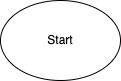
The draw.io diagram 6_largerProblems_rb101/ttt_flow.drawio.png in gjcochran/programmingFoundations_rb101-9, before a commit. Source tidied: cells renumbered, new cells last; positions are measured from the earlier drawing's top-left corner, leaving out a move shared by most shapes.
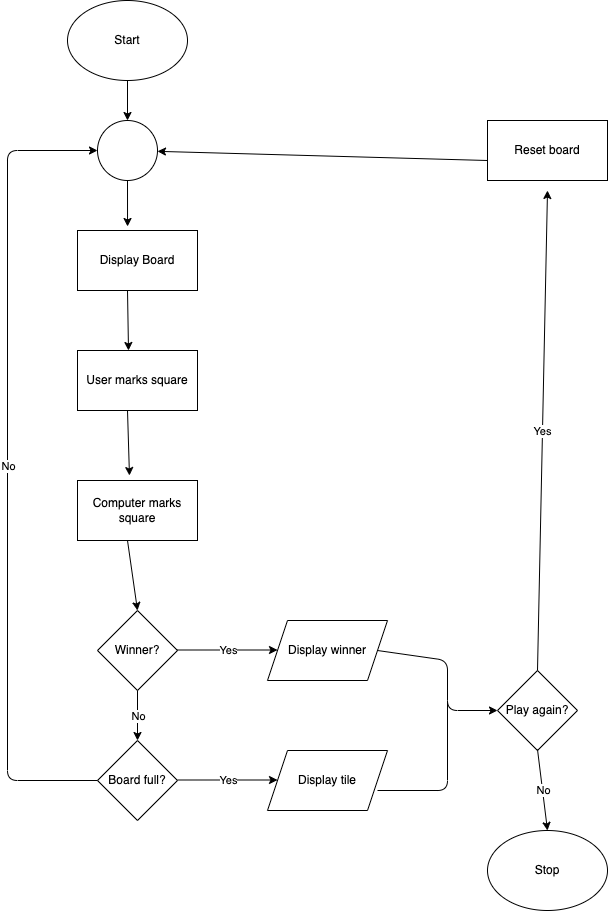
Above is the later version.

The edit, as a diff of the source:
```diff
@@ -5,5 +5,140 @@
     <mxCell id="2" value="Start" style="ellipse;whiteSpace=wrap;html=1;" parent="1" vertex="1">
       <mxGeometry width="120" height="80" as="geometry" />
     </mxCell>
+    <mxCell id="3" value="Display Board" style="rounded=0;whiteSpace=wrap;html=1;" parent="1" vertex="1">
+      <mxGeometry x="10" y="230" width="120" height="60" as="geometry" />
+    </mxCell>
+    <mxCell id="4" value="User marks square" style="rounded=0;whiteSpace=wrap;html=1;" parent="1" vertex="1">
+      <mxGeometry x="10" y="350" width="120" height="60" as="geometry" />
+    </mxCell>
+    <mxCell id="5" value="Computer marks square" style="rounded=0;whiteSpace=wrap;html=1;" parent="1" vertex="1">
+      <mxGeometry x="10" y="480" width="120" height="60" as="geometry" />
+    </mxCell>
+    <mxCell id="6" value="Winner?" style="rhombus;whiteSpace=wrap;html=1;" parent="1" vertex="1">
+      <mxGeometry x="30" y="610" width="80" height="80" as="geometry" />
+    </mxCell>
+    <mxCell id="7" value="Board full?" style="rhombus;whiteSpace=wrap;html=1;" parent="1" vertex="1">
+      <mxGeometry x="30" y="740" width="80" height="80" as="geometry" />
+    </mxCell>
+    <mxCell id="8" value="Display winner" style="shape=parallelogram;perimeter=parallelogramPerimeter;whiteSpace=wrap;html=1;fixedSize=1;" parent="1" vertex="1">
+      <mxGeometry x="200" y="620" width="120" height="60" as="geometry" />
+    </mxCell>
+    <mxCell id="9" value="Display tile" style="shape=parallelogram;perimeter=parallelogramPerimeter;whiteSpace=wrap;html=1;fixedSize=1;" parent="1" vertex="1">
+      <mxGeometry x="200" y="750" width="120" height="60" as="geometry" />
+    </mxCell>
+    <mxCell id="10" value="Play again?" style="rhombus;whiteSpace=wrap;html=1;" parent="1" vertex="1">
+      <mxGeometry x="430" y="670" width="80" height="80" as="geometry" />
+    </mxCell>
+    <mxCell id="11" value="Stop" style="ellipse;whiteSpace=wrap;html=1;" parent="1" vertex="1">
+      <mxGeometry x="420" y="830" width="120" height="80" as="geometry" />
+    </mxCell>
+    <mxCell id="12" value="Reset board" style="rounded=0;whiteSpace=wrap;html=1;" parent="1" vertex="1">
+      <mxGeometry x="420" y="120" width="120" height="60" as="geometry" />
+    </mxCell>
+    <mxCell id="13" style="ellipse;whiteSpace=wrap;html=1;" parent="1" vertex="1">
+      <mxGeometry x="30" y="120" width="60" height="60" as="geometry" />
+    </mxCell>
+    <mxCell id="14" style="endArrow=classic;html=1;entryX=0.433;entryY=-0.083;entryDx=0;entryDy=0;entryPerimeter=0;" parent="1" edge="1" target="5">
+      <mxGeometry relative="1" as="geometry">
+        <mxPoint x="60" y="410" as="sourcePoint" />
+      </mxGeometry>
+    </mxCell>
+    <mxCell id="15" style="endArrow=classic;html=1;" parent="1" edge="1" target="13">
+      <mxGeometry relative="1" as="geometry">
+        <mxPoint x="420" y="160" as="sourcePoint" />
+      </mxGeometry>
+    </mxCell>
+    <mxCell id="16" style="endArrow=classic;html=1;entryX=0.417;entryY=-0.067;entryDx=0;entryDy=0;entryPerimeter=0;" parent="1" edge="1" target="3">
+      <mxGeometry relative="1" as="geometry">
+        <mxPoint x="60" y="180" as="sourcePoint" />
+      </mxGeometry>
+    </mxCell>
+    <mxCell id="17" style="endArrow=classic;html=1;entryX=0.425;entryY=0;entryDx=0;entryDy=0;entryPerimeter=0;" parent="1" edge="1" target="4">
+      <mxGeometry relative="1" as="geometry">
+        <mxPoint x="60" y="290" as="sourcePoint" />
+      </mxGeometry>
+    </mxCell>
+    <mxCell id="18" style="endArrow=classic;html=1;entryX=0.5;entryY=0;entryDx=0;entryDy=0;" parent="1" edge="1" target="6">
+      <mxGeometry relative="1" as="geometry">
+        <mxPoint x="60" y="540" as="sourcePoint" />
+      </mxGeometry>
+    </mxCell>
+    <mxCell id="19" style="endArrow=classic;html=1;entryX=0.5;entryY=0;entryDx=0;entryDy=0;" parent="1" edge="1" target="13">
+      <mxGeometry relative="1" as="geometry">
+        <mxPoint x="60" y="80" as="sourcePoint" />
+      </mxGeometry>
+    </mxCell>
+    <mxCell id="20" style="endArrow=classic;html=1;entryX=0.5;entryY=0;entryDx=0;entryDy=0;" parent="1" edge="1" target="11">
+      <mxGeometry relative="1" as="geometry">
+        <mxPoint x="470" y="749" as="sourcePoint" />
+      </mxGeometry>
+    </mxCell>
+    <mxCell id="21" value="No" style="edgeLabel;html=1;align=center;verticalAlign=middle;" parent="20" vertex="1">
+      <mxGeometry relative="1" as="geometry" />
+    </mxCell>
+    <mxCell id="22" style="endArrow=classic;html=1;" parent="1" edge="1">
+      <mxGeometry relative="1" as="geometry">
+        <mxPoint x="110" y="649.5" as="sourcePoint" />
+        <mxPoint x="210" y="649.5" as="targetPoint" />
+      </mxGeometry>
+    </mxCell>
+    <mxCell id="23" value="Yes" style="edgeLabel;html=1;align=center;verticalAlign=middle;" parent="22" vertex="1">
+      <mxGeometry relative="1" as="geometry" />
+    </mxCell>
+    <mxCell id="24" style="endArrow=classic;html=1;" parent="1" edge="1">
+      <mxGeometry relative="1" as="geometry">
+        <mxPoint x="110" y="779.5" as="sourcePoint" />
+        <mxPoint x="210" y="779.5" as="targetPoint" />
+      </mxGeometry>
+    </mxCell>
+    <mxCell id="25" value="Yes" style="edgeLabel;html=1;align=center;verticalAlign=middle;" parent="24" vertex="1">
+      <mxGeometry relative="1" as="geometry" />
+    </mxCell>
+    <mxCell id="26" style="endArrow=classic;html=1;entryX=0.5;entryY=0;entryDx=0;entryDy=0;" parent="1" edge="1" target="7">
+      <mxGeometry relative="1" as="geometry">
+        <mxPoint x="70" y="690" as="sourcePoint" />
+      </mxGeometry>
+    </mxCell>
+    <mxCell id="27" value="No" style="edgeLabel;html=1;align=center;verticalAlign=middle;" parent="26" vertex="1">
+      <mxGeometry relative="1" as="geometry" />
+    </mxCell>
+    <mxCell id="28" style="endArrow=classic;html=1;" parent="1" edge="1">
+      <mxGeometry relative="1" as="geometry">
+        <mxPoint x="470" y="670" as="sourcePoint" />
+        <mxPoint x="480" y="190" as="targetPoint" />
+      </mxGeometry>
+    </mxCell>
+    <mxCell id="29" value="Yes" style="edgeLabel;html=1;align=center;verticalAlign=middle;" parent="28" vertex="1">
+      <mxGeometry relative="1" as="geometry" />
+    </mxCell>
+    <mxCell id="30" style="endArrow=classic;html=1;exitX=0;exitY=0.5;exitDx=0;exitDy=0;entryX=0;entryY=0.5;entryDx=0;entryDy=0;" parent="1" edge="1" source="7" target="13">
+      <mxGeometry relative="1" as="geometry">
+        <Array as="points">
+          <mxPoint x="-60" y="780" />
+          <mxPoint x="-60" y="150" />
+        </Array>
+      </mxGeometry>
+    </mxCell>
+    <mxCell id="31" value="No" style="edgeLabel;html=1;align=center;verticalAlign=middle;" parent="30" vertex="1">
+      <mxGeometry relative="1" as="geometry" />
+    </mxCell>
+    <mxCell id="32" style="endArrow=classic;html=1;entryX=0;entryY=0.5;entryDx=0;entryDy=0;" parent="1" edge="1" target="10">
+      <mxGeometry relative="1" as="geometry">
+        <mxPoint x="310" y="650" as="sourcePoint" />
+        <Array as="points">
+          <mxPoint x="380" y="660" />
+          <mxPoint x="380" y="710" />
+        </Array>
+      </mxGeometry>
+    </mxCell>
+    <mxCell id="33" style="endArrow=none;html=1;" parent="1" edge="1">
+      <mxGeometry relative="1" as="geometry">
+        <mxPoint x="310" y="790" as="sourcePoint" />
+        <mxPoint x="380" y="700" as="targetPoint" />
+        <Array as="points">
+          <mxPoint x="380" y="790" />
+        </Array>
+      </mxGeometry>
+    </mxCell>
   </root>
 </mxGraphModel>
```
